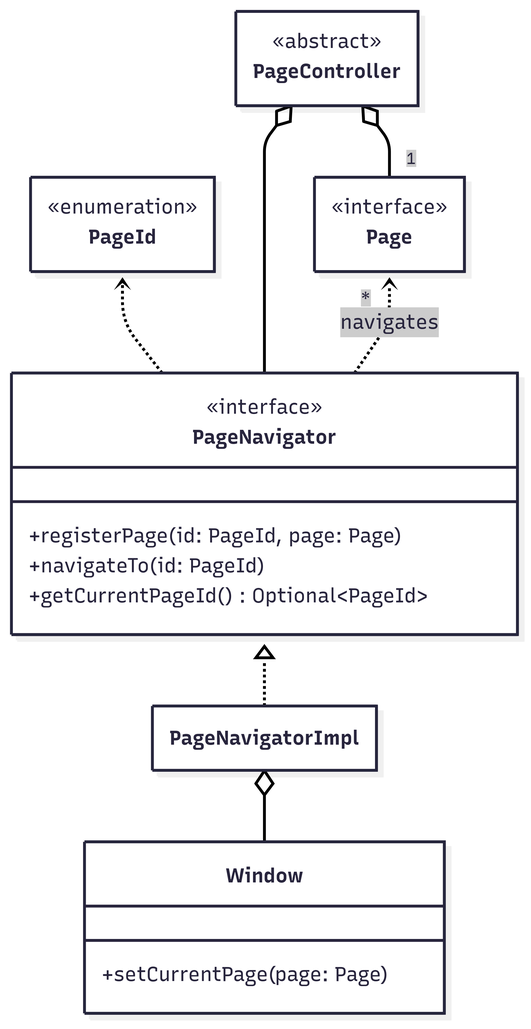
The Mermaid diagram img/navigator.png in Wanes01/OOP24-jvmt-REPORT, before a commit. Its source is kept beside it as code/Other/uml/emir/navigator.mermaid.
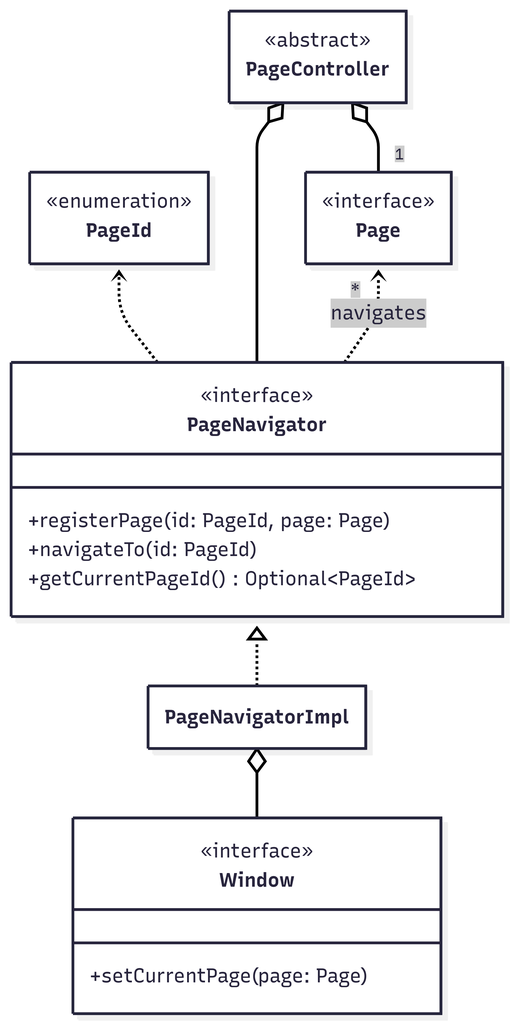
The same diagram one commit later.

Commit message:
Changed images, removed template boilerplate and changed architecture description

What changed in the source:
```diff
@@ -17,16 +17,17 @@
     }
     class PageNavigatorImpl {
     }
+    class PageController {
+    }
     class Window {
 	    +setCurrentPage(page: Page)
-    }
-    class PageController {
     }
 
 	<<interface>> PageNavigator
 	<<enumeration>> PageId
 	<<interface>> Page
 	<<abstract>> PageController
+	<<interface>> Window
 
     PageNavigator ..> PageId
     PageNavigator ..> "*" Page : navigates
```
